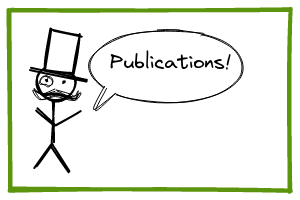
The Excalidraw diagram docs/assets/images/publications.png in rmrresearch/rmrresearch.github.io, before a commit. Source tidied: one line per element, renumbered; positions are measured from the earlier drawing's top-left corner, leaving out a move shared by most shapes. Its diagram source:
```json
{"id": 0, "type": "ellipse", "strokeColor": "#000000", "strokeWidth": 2, "roughness": 1, "x": 26, "y": 55, "width": 39, "height": 36}
{"id": 1, "type": "line", "strokeColor": "#000000", "backgroundColor": "#ced4da", "fillStyle": "solid", "strokeWidth": 2, "roughness": 1, "x": 44, "y": 91, "width": 2, "height": 43, "points": [[0, 0], [-2, 43]]}
{"id": 2, "type": "line", "strokeColor": "#000000", "backgroundColor": "#ced4da", "fillStyle": "solid", "strokeWidth": 2, "roughness": 1, "x": 42, "y": 135, "width": 17, "height": 26, "points": [[0, 0], [17, 26]]}
{"id": 3, "type": "line", "strokeColor": "#000000", "backgroundColor": "#ced4da", "fillStyle": "solid", "strokeWidth": 2, "roughness": 1, "x": 41, "y": 135, "width": 16, "height": 23, "points": [[0, 0], [-16, 23]]}
{"id": 4, "type": "line", "strokeColor": "#000000", "backgroundColor": "#ced4da", "fillStyle": "solid", "strokeWidth": 2, "roughness": 1, "x": 27, "y": 99, "width": 17, "height": 16, "points": [[0, 0], [17, 16]]}
{"id": 5, "type": "line", "strokeColor": "#000000", "backgroundColor": "#ced4da", "fillStyle": "solid", "strokeWidth": 2, "roughness": 1, "x": 45, "y": 115, "width": 24, "height": 13, "points": [[0, 0], [24, -13]]}
{"id": 6, "type": "line", "strokeColor": "#000000", "strokeWidth": 2, "roughness": 1, "x": 20, "y": 58, "width": 56, "height": 11, "points": [[0, 0], [56, 11]]}
{"id": 7, "type": "rectangle", "strokeColor": "#000000", "angle": 0.19, "backgroundColor": "#fff", "fillStyle": "solid", "strokeWidth": 2, "roughness": 1, "x": 38, "y": 22, "width": 29, "height": 40}
{"id": 8, "type": "line", "strokeColor": "#000000", "backgroundColor": "#000", "fillStyle": "solid", "strokeWidth": 1, "roughness": 1, "x": 46, "y": 81, "width": 47, "height": 11, "points": [[0, 0], [14, 5], [20, 5], [24, 2], [21, 9], [14, 9], [0, 6], [-14, 8], [-23, -2], [-14, 3], [0, 0]]}
{"id": 9, "type": "ellipse", "strokeColor": "#000000", "strokeWidth": 1, "roughness": 1, "x": 31, "y": 66, "width": 13, "height": 10}
{"id": 10, "type": "ellipse", "strokeColor": "#000000", "strokeWidth": 1, "roughness": 1, "x": 36, "y": 70, "width": 1, "height": 1}
{"id": 11, "type": "ellipse", "strokeColor": "#000000", "strokeWidth": 1, "roughness": 1, "x": 54, "y": 72, "width": 1, "height": 1}
{"id": 12, "type": "ellipse", "strokeColor": "#000000", "strokeWidth": 1, "roughness": 1, "x": 80, "y": 20, "width": 153, "height": 73}
{"id": 13, "type": "line", "strokeColor": "#fff", "backgroundColor": "#fff", "fillStyle": "solid", "strokeWidth": 1, "roughness": 0, "x": 95, "y": 77, "width": 20, "height": 23, "points": [[0, 0], [-11, 23], [10, 8], [0, 0]]}
{"id": 14, "type": "line", "strokeColor": "#000000", "strokeWidth": 1, "roughness": 1, "x": 95, "y": 77, "width": 21, "height": 23, "points": [[0, 0], [-10, 23], [11, 7]]}
{"id": 15, "type": "text", "text": "Publications!", "strokeColor": "#000000", "strokeWidth": 1, "roughness": 1, "fontSize": 20, "fontFamily": 1, "x": 100, "y": 40, "width": 122, "height": 26}
{"id": 16, "type": "rectangle", "strokeColor": "#5c940d", "strokeWidth": 4, "roughness": 1, "x": 0, "y": 0, "width": 280, "height": 180}
```
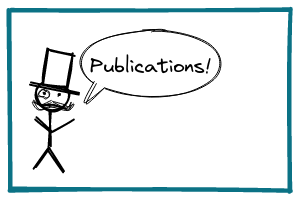
The same diagram one commit later.

What changed in the source:
```diff
@@ -1,17 +1,17 @@
-{"id": 0, "type": "ellipse", "strokeColor": "#000000", "strokeWidth": 2, "roughness": 1, "x": 26, "y": 55, "width": 39, "height": 36}
+{"id": 0, "type": "ellipse", "strokeColor": "#000000", "strokeWidth": 2, "roughness": 1, "x": 26, "y": 70, "width": 33, "height": 31}
-{"id": 1, "type": "line", "strokeColor": "#000000", "backgroundColor": "#ced4da", "fillStyle": "solid", "strokeWidth": 2, "roughness": 1, "x": 44, "y": 91, "width": 2, "height": 43, "points": [[0, 0], [-2, 43]]}
+{"id": 1, "type": "line", "strokeColor": "#000000", "backgroundColor": "#ced4da", "fillStyle": "solid", "strokeWidth": 2, "roughness": 1, "x": 41, "y": 101, "width": 2, "height": 37, "points": [[0, 0], [-2, 37]]}
-{"id": 2, "type": "line", "strokeColor": "#000000", "backgroundColor": "#ced4da", "fillStyle": "solid", "strokeWidth": 2, "roughness": 1, "x": 42, "y": 135, "width": 17, "height": 26, "points": [[0, 0], [17, 26]]}
+{"id": 2, "type": "line", "strokeColor": "#000000", "backgroundColor": "#ced4da", "fillStyle": "solid", "strokeWidth": 2, "roughness": 1, "x": 39, "y": 139, "width": 15, "height": 23, "points": [[0, 0], [15, 23]]}
-{"id": 3, "type": "line", "strokeColor": "#000000", "backgroundColor": "#ced4da", "fillStyle": "solid", "strokeWidth": 2, "roughness": 1, "x": 41, "y": 135, "width": 16, "height": 23, "points": [[0, 0], [-16, 23]]}
+{"id": 3, "type": "line", "strokeColor": "#000000", "backgroundColor": "#ced4da", "fillStyle": "solid", "strokeWidth": 2, "roughness": 1, "x": 38, "y": 139, "width": 14, "height": 19, "points": [[0, 0], [-14, 19]]}
-{"id": 4, "type": "line", "strokeColor": "#000000", "backgroundColor": "#ced4da", "fillStyle": "solid", "strokeWidth": 2, "roughness": 1, "x": 27, "y": 99, "width": 17, "height": 16, "points": [[0, 0], [17, 16]]}
+{"id": 4, "type": "line", "strokeColor": "#000000", "backgroundColor": "#ced4da", "fillStyle": "solid", "strokeWidth": 2, "roughness": 1, "x": 26, "y": 108, "width": 14, "height": 14, "points": [[0, 0], [14, 14]]}
-{"id": 5, "type": "line", "strokeColor": "#000000", "backgroundColor": "#ced4da", "fillStyle": "solid", "strokeWidth": 2, "roughness": 1, "x": 45, "y": 115, "width": 24, "height": 13, "points": [[0, 0], [24, -13]]}
+{"id": 5, "type": "line", "strokeColor": "#000000", "backgroundColor": "#ced4da", "fillStyle": "solid", "strokeWidth": 2, "roughness": 1, "x": 42, "y": 122, "width": 21, "height": 12, "points": [[0, 0], [21, -12]]}
-{"id": 6, "type": "line", "strokeColor": "#000000", "strokeWidth": 2, "roughness": 1, "x": 20, "y": 58, "width": 56, "height": 11, "points": [[0, 0], [56, 11]]}
+{"id": 6, "type": "line", "strokeColor": "#000000", "strokeWidth": 2, "roughness": 1, "x": 20, "y": 73, "width": 48, "height": 10, "points": [[0, 0], [48, 10]]}
-{"id": 7, "type": "rectangle", "strokeColor": "#000000", "angle": 0.19, "backgroundColor": "#fff", "fillStyle": "solid", "strokeWidth": 2, "roughness": 1, "x": 38, "y": 22, "width": 29, "height": 40}
+{"id": 7, "type": "rectangle", "strokeColor": "#000000", "angle": 0.19, "backgroundColor": "#fff", "fillStyle": "solid", "strokeWidth": 2, "roughness": 1, "x": 35, "y": 42, "width": 25, "height": 35}
-{"id": 8, "type": "line", "strokeColor": "#000000", "backgroundColor": "#000", "fillStyle": "solid", "strokeWidth": 1, "roughness": 1, "x": 46, "y": 81, "width": 47, "height": 11, "points": [[0, 0], [14, 5], [20, 5], [24, 2], [21, 9], [14, 9], [0, 6], [-14, 8], [-23, -2], [-14, 3], [0, 0]]}
+{"id": 8, "type": "line", "strokeColor": "#000000", "backgroundColor": "#000", "fillStyle": "solid", "strokeWidth": 1, "roughness": 1, "x": 42, "y": 92, "width": 40, "height": 9, "points": [[0, 0], [12, 5], [17, 4], [21, 2], [18, 8], [12, 8], [0, 5], [-12, 7], [-19, -1], [-12, 3], [0, 0]]}
-{"id": 9, "type": "ellipse", "strokeColor": "#000000", "strokeWidth": 1, "roughness": 1, "x": 31, "y": 66, "width": 13, "height": 10}
+{"id": 9, "type": "ellipse", "strokeColor": "#000000", "strokeWidth": 1, "roughness": 1, "x": 29, "y": 80, "width": 11, "height": 9}
-{"id": 10, "type": "ellipse", "strokeColor": "#000000", "strokeWidth": 1, "roughness": 1, "x": 36, "y": 70, "width": 1, "height": 1}
+{"id": 10, "type": "ellipse", "strokeColor": "#000000", "strokeWidth": 1, "roughness": 1, "x": 34, "y": 83, "width": 1, "height": 1}
-{"id": 11, "type": "ellipse", "strokeColor": "#000000", "strokeWidth": 1, "roughness": 1, "x": 54, "y": 72, "width": 1, "height": 1}
+{"id": 11, "type": "ellipse", "strokeColor": "#000000", "strokeWidth": 1, "roughness": 1, "x": 49, "y": 84, "width": 1, "height": 1}
-{"id": 12, "type": "ellipse", "strokeColor": "#000000", "strokeWidth": 1, "roughness": 1, "x": 80, "y": 20, "width": 153, "height": 73}
+{"id": 12, "type": "ellipse", "strokeColor": "#000000", "strokeWidth": 1, "roughness": 1, "x": 71, "y": 20, "width": 140, "height": 67}
-{"id": 13, "type": "line", "strokeColor": "#fff", "backgroundColor": "#fff", "fillStyle": "solid", "strokeWidth": 1, "roughness": 0, "x": 95, "y": 77, "width": 20, "height": 23, "points": [[0, 0], [-11, 23], [10, 8], [0, 0]]}
+{"id": 13, "type": "line", "strokeColor": "#fff", "backgroundColor": "#fff", "fillStyle": "solid", "strokeWidth": 1, "roughness": 0, "x": 85, "y": 72, "width": 19, "height": 21, "points": [[0, 0], [-10, 21], [9, 7], [0, 0]]}
-{"id": 14, "type": "line", "strokeColor": "#000000", "strokeWidth": 1, "roughness": 1, "x": 95, "y": 77, "width": 21, "height": 23, "points": [[0, 0], [-10, 23], [11, 7]]}
+{"id": 14, "type": "line", "strokeColor": "#000000", "strokeWidth": 1, "roughness": 1, "x": 85, "y": 73, "width": 19, "height": 21, "points": [[0, 0], [-9, 21], [10, 6]]}
-{"id": 15, "type": "text", "text": "Publications!", "strokeColor": "#000000", "strokeWidth": 1, "roughness": 1, "fontSize": 20, "fontFamily": 1, "x": 100, "y": 40, "width": 122, "height": 26}
+{"id": 15, "type": "text", "text": "Publications!", "strokeColor": "#000000", "strokeWidth": 1, "roughness": 1, "fontSize": 20, "fontFamily": 1, "x": 80, "y": 44, "width": 122, "height": 26}
-{"id": 16, "type": "rectangle", "strokeColor": "#5c940d", "strokeWidth": 4, "roughness": 1, "x": 0, "y": 0, "width": 280, "height": 180}
+{"id": 16, "type": "rectangle", "strokeColor": "#0b7285", "strokeWidth": 4, "roughness": 1, "x": 0, "y": 0, "width": 280, "height": 180}
```
